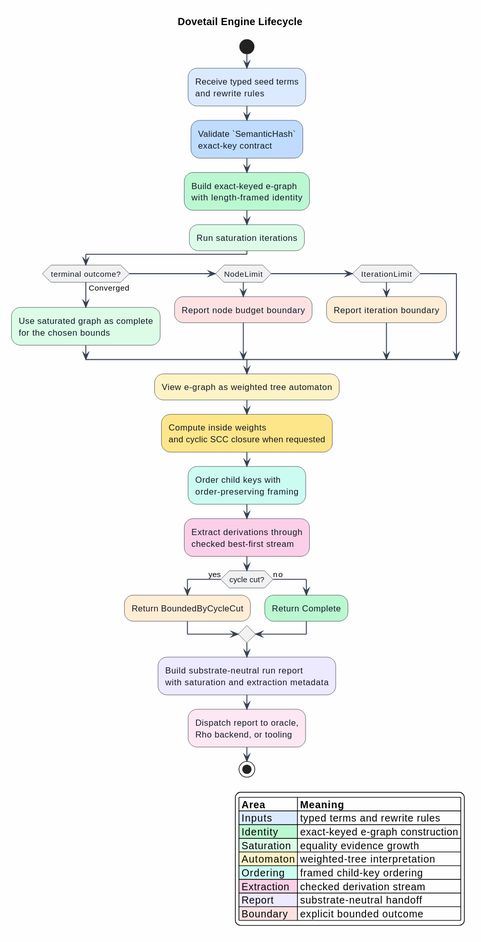
Before: docs/architecture/dovetail/figures/02-engine-lifecycle.svg, a diagram exported from PlantUML (F1R3FLY-io/mettail-rust).
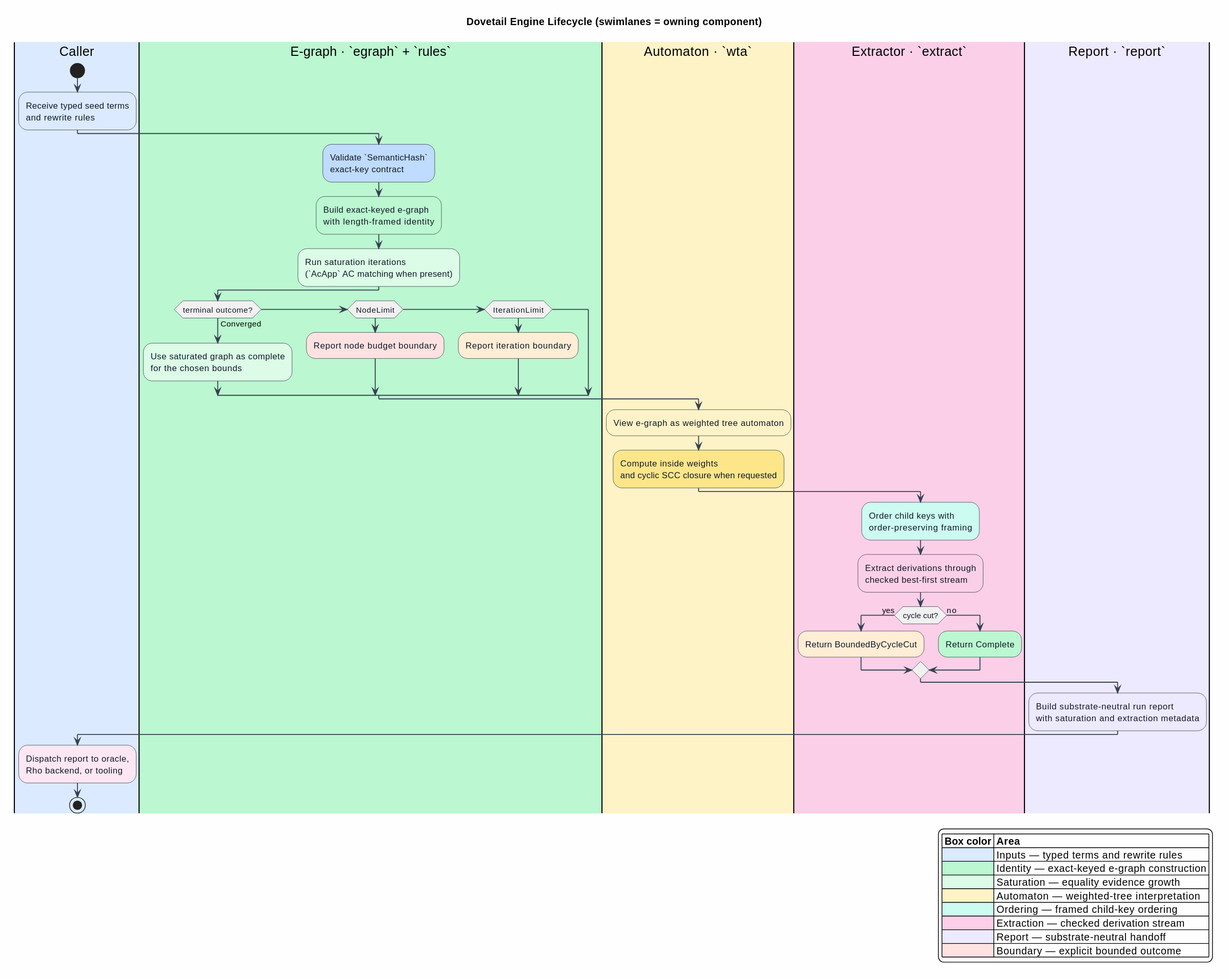
After the change.

Commit message:
Diagram overhaul: actor swimlanes, decision tree, extraction sequence (Phase 5)

The edit, as a diff of the source:
```diff
@@ -1,5 +1,5 @@
 @startuml
-title Dovetail Engine Lifecycle
+title Dovetail Engine Lifecycle (swimlanes = owning component)
 
 skinparam backgroundColor #FEFEFE
 skinparam shadowing false
@@ -8,13 +8,18 @@
 skinparam activity {
   BorderColor #1F2937
   FontColor #111827
+  DiamondBorderColor #1F2937
+  DiamondFontColor #111827
 }
 
+|#DBEAFE|Caller|
 start
 :Receive typed seed terms\nand rewrite rules; <<#DBEAFE>>
+
+|#BBF7D0|E-graph · `egraph` + `rules`|
 :Validate `SemanticHash`\nexact-key contract; <<#BFDBFE>>
 :Build exact-keyed e-graph\nwith length-framed identity; <<#BBF7D0>>
-:Run saturation iterations; <<#DCFCE7>>
+:Run saturation iterations\n(`AcApp` AC matching when present); <<#DCFCE7>>
 if (terminal outcome?) then (Converged)
   :Use saturated graph as complete\nfor the chosen bounds; <<#DCFCE7>>
 elseif (NodeLimit)
@@ -22,8 +27,12 @@
 elseif (IterationLimit)
   :Report iteration boundary; <<#FFEDD5>>
 endif
+
+|#FEF3C7|Automaton · `wta`|
 :View e-graph as weighted tree automaton; <<#FEF3C7>>
 :Compute inside weights\nand cyclic SCC closure when requested; <<#FDE68A>>
+
+|#FBCFE8|Extractor · `extract`|
 :Order child keys with\norder-preserving framing; <<#CCFBF1>>
 :Extract derivations through\nchecked best-first stream; <<#FBCFE8>>
 if (cycle cut?) then (yes)
@@ -31,19 +40,23 @@
 else (no)
   :Return Complete; <<#BBF7D0>>
 endif
+
+|#EDE9FE|Report · `report`|
 :Build substrate-neutral run report\nwith saturation and extraction metadata; <<#EDE9FE>>
+
+|#DBEAFE|Caller|
 :Dispatch report to oracle,\nRho backend, or tooling; <<#FCE7F3>>
 stop
 
 legend right
-|= Area |= Meaning |
-|<#DBEAFE> Inputs | typed terms and rewrite rules |
-|<#BBF7D0> Identity | exact-keyed e-graph construction |
-|<#DCFCE7> Saturation | equality evidence growth |
-|<#FEF3C7> Automaton | weighted-tree interpretation |
-|<#CCFBF1> Ordering | framed child-key ordering |
-|<#FBCFE8> Extraction | checked derivation stream |
-|<#EDE9FE> Report | substrate-neutral handoff |
-|<#FEE2E2> Boundary | explicit bounded outcome |
+|= Box color |= Area |
+|<#DBEAFE> | Inputs — typed terms and rewrite rules |
+|<#BBF7D0> | Identity — exact-keyed e-graph construction |
+|<#DCFCE7> | Saturation — equality evidence growth |
+|<#FEF3C7> | Automaton — weighted-tree interpretation |
+|<#CCFBF1> | Ordering — framed child-key ordering |
+|<#FBCFE8> | Extraction — checked derivation stream |
+|<#EDE9FE> | Report — substrate-neutral handoff |
+|<#FEE2E2> | Boundary — explicit bounded outcome |
 endlegend
 @enduml
```
